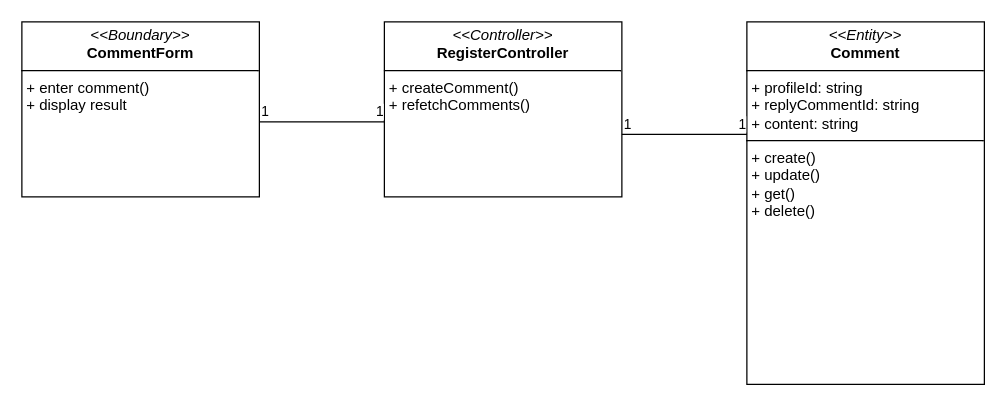
The draw.io diagram Create Comment Usecase.drawio in dncmaduro/gspacez-uml, before the edit. Source tidied: cells renumbered, new cells numbered last; positions are measured from the earlier drawing's top-left corner, leaving out a move shared by most shapes. Both pictures are drawn from the tidied source at 125%, with x=0, y=0 at pixel (21, 21).
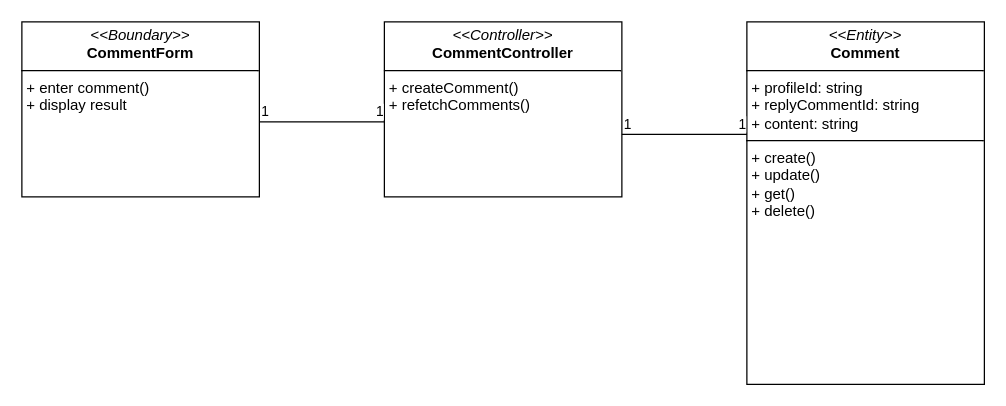
The same page after the edit.

Diff of the diagram source:
```diff
@@
 <mxGraphModel>
   <root>
     <mxCell id="0" />
     <mxCell id="1" parent="0" />
     <mxCell id="2" value="&lt;p style=&quot;margin:0px;margin-top:4px;text-align:center;&quot;&gt;&lt;i&gt;&amp;lt;&amp;lt;Entity&amp;gt;&amp;gt;&lt;/i&gt;&lt;br&gt;&lt;b&gt;Comment&lt;/b&gt;&lt;/p&gt;&lt;hr size=&quot;1&quot; style=&quot;border-style:solid;&quot;&gt;&lt;p style=&quot;margin:0px;margin-left:4px;&quot;&gt;+ profileId: string&lt;/p&gt;&lt;p style=&quot;margin:0px;margin-left:4px;&quot;&gt;+ replyCommentId: string&lt;/p&gt;&lt;p style=&quot;margin:0px;margin-left:4px;&quot;&gt;+ content: string&lt;/p&gt;&lt;hr size=&quot;1&quot; style=&quot;border-style:solid;&quot;&gt;&lt;p style=&quot;margin:0px;margin-left:4px;&quot;&gt;+ create()&lt;br&gt;&lt;/p&gt;&lt;p style=&quot;margin:0px;margin-left:4px;&quot;&gt;+ update()&lt;/p&gt;&lt;p style=&quot;margin:0px;margin-left:4px;&quot;&gt;+ get()&lt;/p&gt;&lt;p style=&quot;margin:0px;margin-left:4px;&quot;&gt;+ delete()&lt;/p&gt;" style="verticalAlign=top;align=left;overflow=fill;html=1;whiteSpace=wrap;" parent="1" vertex="1">
       <mxGeometry x="580" width="190" height="290" as="geometry" />
     </mxCell>
     <mxCell id="3" value="&lt;p style=&quot;margin:0px;margin-top:4px;text-align:center;&quot;&gt;&lt;i&gt;&amp;lt;&amp;lt;Boundary&amp;gt;&amp;gt;&lt;/i&gt;&lt;br&gt;&lt;b&gt;CommentForm&lt;/b&gt;&lt;/p&gt;&lt;hr size=&quot;1&quot; style=&quot;border-style:solid;&quot;&gt;&lt;p style=&quot;margin:0px;margin-left:4px;&quot;&gt;+ enter comment()&lt;/p&gt;&lt;p style=&quot;margin:0px;margin-left:4px;&quot;&gt;+ display result&lt;/p&gt;" style="verticalAlign=top;align=left;overflow=fill;html=1;whiteSpace=wrap;" parent="1" vertex="1">
       <mxGeometry width="190" height="140" as="geometry" />
     </mxCell>
-    <mxCell id="4" value="&lt;p style=&quot;margin:0px;margin-top:4px;text-align:center;&quot;&gt;&lt;i&gt;&amp;lt;&amp;lt;Controller&amp;gt;&amp;gt;&lt;/i&gt;&lt;br&gt;&lt;b&gt;RegisterController&lt;/b&gt;&lt;/p&gt;&lt;hr size=&quot;1&quot; style=&quot;border-style:solid;&quot;&gt;&lt;p style=&quot;margin:0px;margin-left:4px;&quot;&gt;+ createComment()&lt;br&gt;&lt;/p&gt;&lt;p style=&quot;margin:0px;margin-left:4px;&quot;&gt;+ refetchComments()&lt;/p&gt;" style="verticalAlign=top;align=left;overflow=fill;html=1;whiteSpace=wrap;" parent="1" vertex="1">
+    <mxCell id="4" value="&lt;p style=&quot;margin:0px;margin-top:4px;text-align:center;&quot;&gt;&lt;i&gt;&amp;lt;&amp;lt;Controller&amp;gt;&amp;gt;&lt;/i&gt;&lt;br&gt;&lt;b&gt;CommentController&lt;/b&gt;&lt;/p&gt;&lt;hr size=&quot;1&quot; style=&quot;border-style:solid;&quot;&gt;&lt;p style=&quot;margin:0px;margin-left:4px;&quot;&gt;+ createComment()&lt;br&gt;&lt;/p&gt;&lt;p style=&quot;margin:0px;margin-left:4px;&quot;&gt;+ refetchComments()&lt;/p&gt;" style="verticalAlign=top;align=left;overflow=fill;html=1;whiteSpace=wrap;" parent="1" vertex="1">
       <mxGeometry x="290" width="190" height="140" as="geometry" />
     </mxCell>
     <mxCell id="5" style="endArrow=none;html=1;edgeStyle=orthogonalEdgeStyle;rounded=0;" parent="1" edge="1">
       <mxGeometry relative="1" as="geometry">
         <mxPoint x="190" y="80" as="sourcePoint" />
         <mxPoint x="290" y="80" as="targetPoint" />
       </mxGeometry>
     </mxCell>
     <mxCell id="6" value="1" style="edgeLabel;html=1;align=left;verticalAlign=bottom;" parent="5" vertex="1">
       <mxGeometry x="-1" relative="1" as="geometry" />
     </mxCell>
     <mxCell id="7" value="1" style="edgeLabel;html=1;align=right;verticalAlign=bottom;" parent="5" vertex="1">
       <mxGeometry x="1" relative="1" as="geometry" />
     </mxCell>
     <mxCell id="8" style="endArrow=none;html=1;edgeStyle=orthogonalEdgeStyle;rounded=0;" parent="1" edge="1">
       <mxGeometry relative="1" as="geometry">
         <mxPoint x="480" y="90" as="sourcePoint" />
         <mxPoint x="580" y="90" as="targetPoint" />
       </mxGeometry>
     </mxCell>
     <mxCell id="9" value="1" style="edgeLabel;html=1;align=left;verticalAlign=bottom;" parent="8" vertex="1">
       <mxGeometry x="-1" relative="1" as="geometry" />
     </mxCell>
     <mxCell id="10" value="1" style="edgeLabel;html=1;align=right;verticalAlign=bottom;" parent="8" vertex="1">
       <mxGeometry x="1" relative="1" as="geometry" />
     </mxCell>
   </root>
 </mxGraphModel>
```
